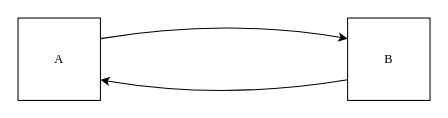
This is FirstDraw.drawio from Shaun-Z/DrawioFigure, a draw.io file, before an edit. Source tidied: cells renumbered, new cells numbered last; positions are measured from the earlier drawing's top-left corner, leaving out a move shared by most shapes. Both pictures are drawn from the tidied source at 103%, with x=0, y=0 at pixel (18, 18).
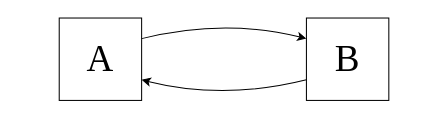
The same page after the edit.

What changed in the source:
```diff
@@
 <mxGraphModel>
   <root>
     <mxCell id="0" />
     <mxCell id="1" parent="0" />
-    <mxCell id="2" value="&lt;font face=&quot;Times New Roman&quot;&gt;A&lt;/font&gt;" style="whiteSpace=wrap;html=1;" parent="1" vertex="1">
-      <mxGeometry width="80" height="80" as="geometry" />
+    <mxCell id="2" value="&lt;font style=&quot;font-size: 36px;&quot; face=&quot;Times New Roman&quot;&gt;A&lt;/font&gt;" style="whiteSpace=wrap;html=1;" parent="1" vertex="1">
+      <mxGeometry x="40" width="80" height="80" as="geometry" />
     </mxCell>
-    <mxCell id="3" value="&lt;font face=&quot;Times New Roman&quot;&gt;B&lt;/font&gt;" style="whiteSpace=wrap;html=1;" parent="1" vertex="1">
-      <mxGeometry x="320" width="80" height="80" as="geometry" />
+    <mxCell id="3" value="&lt;font style=&quot;font-size: 36px;&quot; face=&quot;Times New Roman&quot;&gt;B&lt;/font&gt;" style="whiteSpace=wrap;html=1;" parent="1" vertex="1">
+      <mxGeometry x="280" width="80" height="80" as="geometry" />
     </mxCell>
     <mxCell id="4" style="curved=1;endArrow=classic;html=1;rounded=0;exitX=1;exitY=0.25;exitDx=0;exitDy=0;entryX=0;entryY=0.25;entryDx=0;entryDy=0;" parent="1" edge="1" source="2" target="3">
       <mxGeometry relative="1" as="geometry">
         <Array as="points">
           <mxPoint x="200" />
         </Array>
       </mxGeometry>
     </mxCell>
     <mxCell id="5" style="curved=1;endArrow=classic;html=1;rounded=0;exitX=0;exitY=0.75;exitDx=0;exitDy=0;entryX=1;entryY=0.75;entryDx=0;entryDy=0;" parent="1" edge="1" source="3" target="2">
       <mxGeometry relative="1" as="geometry">
         <Array as="points">
           <mxPoint x="200" y="80" />
         </Array>
       </mxGeometry>
     </mxCell>
   </root>
 </mxGraphModel>
```
